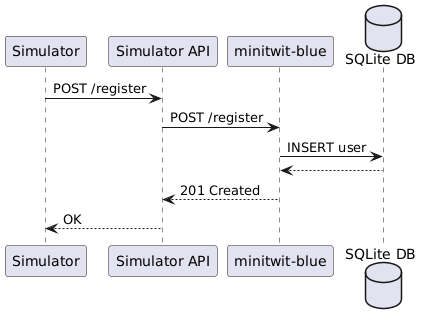
Earlier version of the PlantUML export report/img/simu.png (I-vac/DevOps-2025).
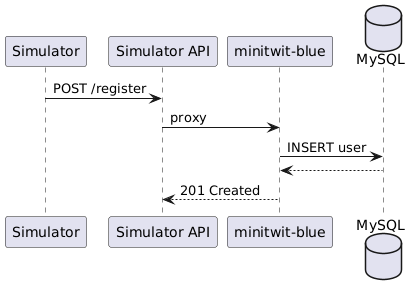
The same diagram one commit later.

Commit message:
fix: update report PDF generation to remove landscape orientation and adjust MySQL references in documentation

Change to the diagram source:
```diff
@@ -1,12 +1,11 @@
 @startuml
 participant Simulator
 participant "Simulator API" as Api
-participant "minitwit‑blue" as App
-database "SQLite DB" as DB
+participant "minitwit-blue" as App
+database "MySQL" as MySQL
 Simulator -> Api : POST /register
-Api -> App       : POST /register
-App -> DB        : INSERT user
-DB  --> App
-App --> Api      : 201 Created
-Api --> Simulator: OK
+Api       -> App : proxy
+App       -> MySQL: INSERT user
+MySQL    --> App
+App      --> Api : 201 Created
 @enduml
```
